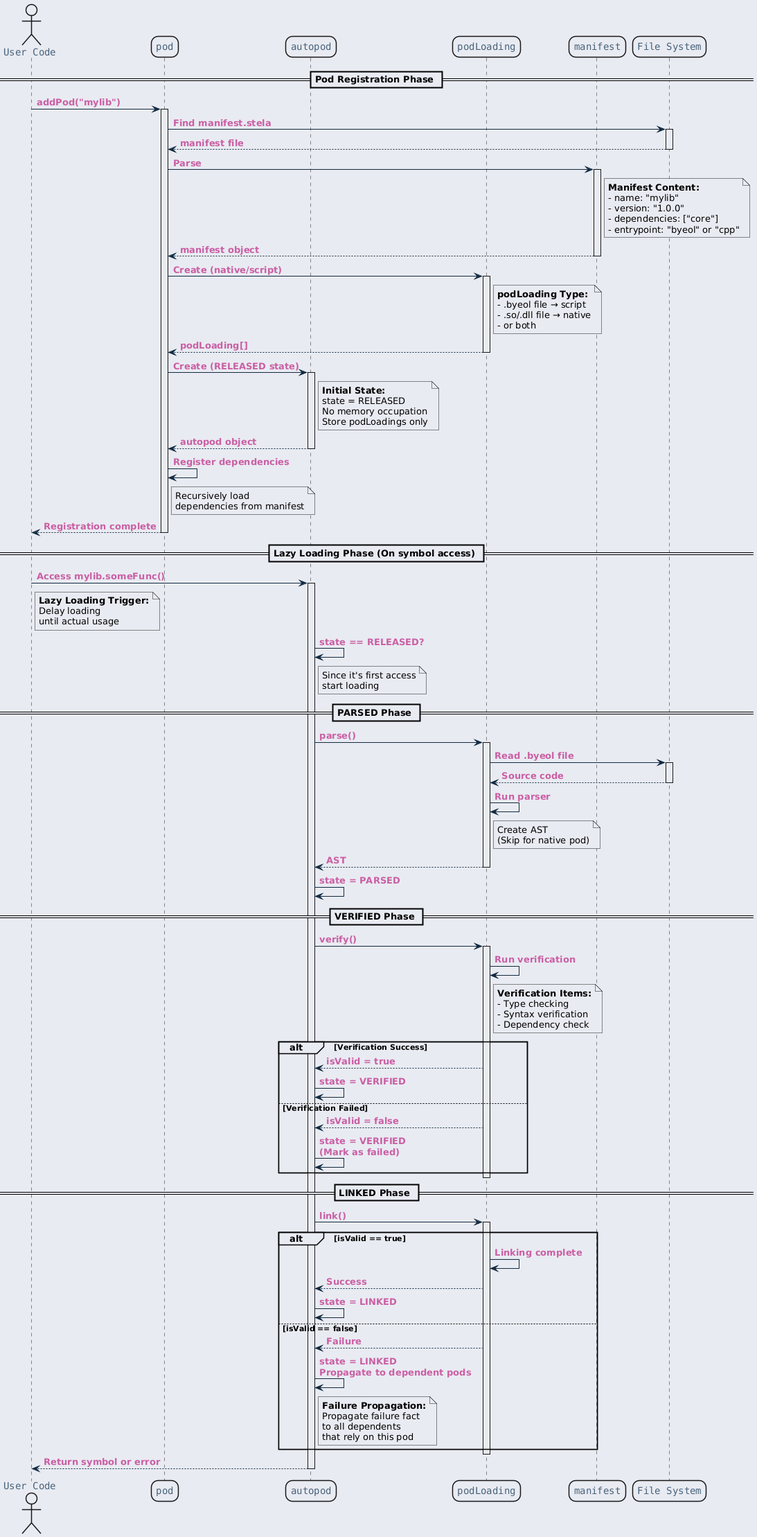
The PlantUML diagram ref/generated/ko/inline_umlgraph_30.png in byeolang/website, before a commit.
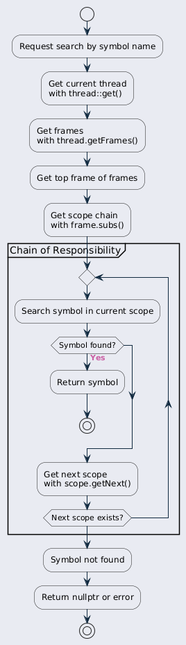
After the commit.

What changed in the source:
```diff
@@ -23,168 +23,35 @@
     }
 }
 </style>
-actor "User Code" as user
-participant "pod" as loader
-participant "autopod" as autopod
-participant "podLoading" as podLoading
-participant "manifest" as manifest
-participant "File System" as fs
+start
 
-== Pod Registration Phase ==
+:Request search by symbol name;
 
-user -> loader : addPod("mylib")
-activate loader
+:Get current thread\nwith thread::get();
 
-loader -> fs : Find manifest.stela
-activate fs
+:Get frames\nwith thread.getFrames();
 
-fs --> loader : manifest file
-deactivate fs
+:Get top frame of frames;
 
-loader -> manifest : Parse
-activate manifest
+:Get scope chain\nwith frame.subs();
 
-note right of manifest
-  <b>Manifest Content:</b>
-  - name: "mylib"
-  - version: "1.0.0"
-  - dependencies: ["core"]
-  - entrypoint: "byeol" or "cpp"
-end note
+partition "Chain of Responsibility" {
+    repeat
+        :Search symbol in current scope;
 
-manifest --> loader : manifest object
-deactivate manifest
+        if (Symbol found?) then (Yes)
+            :Return symbol;
+            stop
+        endif
 
-loader -> podLoading : Create (native/script)
-activate podLoading
+        :Get next scope\nwith scope.getNext();
 
-note right of podLoading
-  <b>podLoading Type:</b>
-  - .byeol file → script
-  - .so/.dll file → native
-  - or both
-end note
+    repeat while (Next scope exists?)
+}
 
-podLoading --> loader : podLoading[]
-deactivate podLoading
+:Symbol not found;
 
-loader -> autopod : Create (RELEASED state)
-activate autopod
+:Return nullptr or error;
 
-note right of autopod
-  <b>Initial State:</b>
-  state = RELEASED
-  No memory occupation
-  Store podLoadings only
-end note
-
-autopod --> loader : autopod object
-deactivate autopod
-
-loader -> loader : Register dependencies
-note right of loader
-  Recursively load
-  dependencies from manifest
-end note
-
-loader --> user : Registration complete
-deactivate loader
-
-== Lazy Loading Phase (On symbol access) ==
-
-user -> autopod : Access mylib.someFunc()
-activate autopod
-
-note right of user
-  <b>Lazy Loading Trigger:</b>
-  Delay loading
-  until actual usage
-end note
-
-autopod -> autopod : state == RELEASED?
-note right of autopod
-  Since it's first access
-  start loading
-end note
-
-== PARSED Phase ==
-
-autopod -> podLoading : parse()
-activate podLoading
-
-podLoading -> fs : Read .byeol file
-activate fs
-
-fs --> podLoading : Source code
-deactivate fs
-
-podLoading -> podLoading : Run parser
-note right of podLoading
-  Create AST
-  (Skip for native pod)
-end note
-
-podLoading --> autopod : AST
-deactivate podLoading
-
-autopod -> autopod : state = PARSED
-
-== VERIFIED Phase ==
-
-autopod -> podLoading : verify()
-activate podLoading
-
-podLoading -> podLoading : Run verification
-note right of podLoading
-  <b>Verification Items:</b>
-  - Type checking
-  - Syntax verification
-  - Dependency check
-end note
-
-alt Verification Success
-
-    podLoading --> autopod : isValid = true
-    autopod -> autopod : state = VERIFIED
-
-else Verification Failed
-
-    podLoading --> autopod : isValid = false
-    autopod -> autopod : state = VERIFIED\n(Mark as failed)
-
-end
-
-deactivate podLoading
-
-== LINKED Phase ==
-
-autopod -> podLoading : link()
-activate podLoading
-
-alt isValid == true
-
-    podLoading -> podLoading : Linking complete
-    podLoading --> autopod : Success
-
-    autopod -> autopod : state = LINKED
-
-else isValid == false
-
-    podLoading --> autopod : Failure
-
-    autopod -> autopod : state = LINKED\nPropagate to dependent pods
-
-    note right of autopod
-      <b>Failure Propagation:</b>
-      Propagate failure fact
-      to all dependents
-      that rely on this pod
-    end note
-
-end
-
-deactivate podLoading
-
-autopod --> user : Return symbol or error
-deactivate autopod
+stop
 @enduml
```
